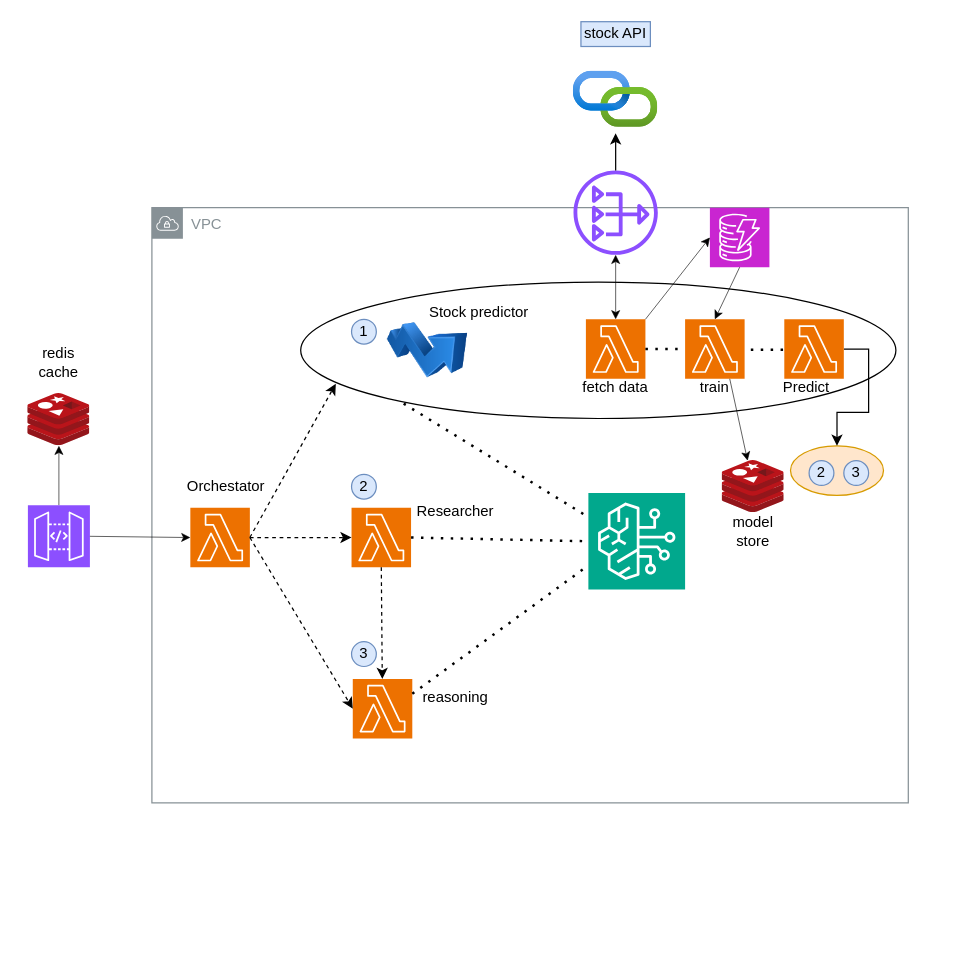
This is page "Page-2" (2 of 2) of Untitled Diagram.drawio from gaguadcode/stock_prediction, a draw.io file, before an edit. Source tidied: cells renumbered, new cells numbered last; positions are measured from the earlier drawing's top-left corner, leaving out a move shared by most shapes. Both pictures are drawn from the tidied source at 124%, with x=0, y=0 at pixel (21, 21).
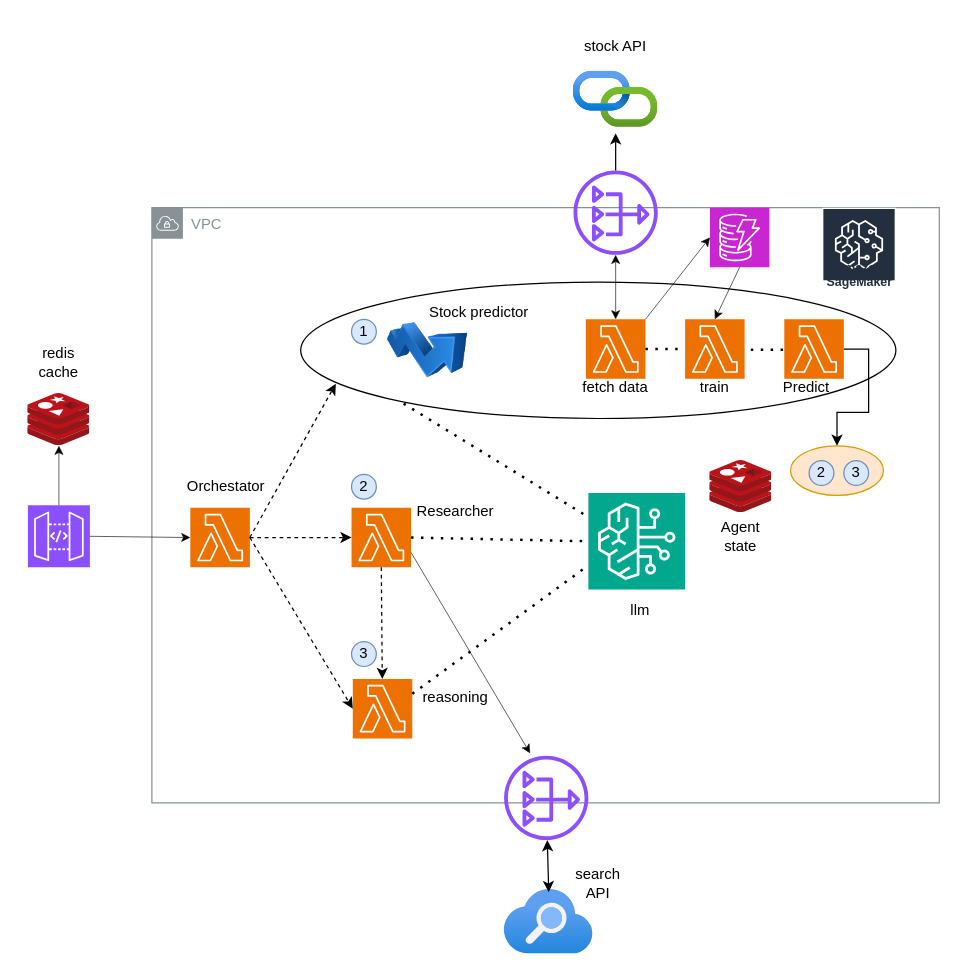
The same diagram, later.

Unchanged cells that the change refers to:
```xml
<mxCell id="11" style="sketch=0;points=[[0,0,0],[0.25,0,0],[0.5,0,0],[0.75,0,0],[1,0,0],[0,1,0],[0.25,1,0],[0.5,1,0],[0.75,1,0],[1,1,0],[0,0.25,0],[0,0.5,0],[0,0.75,0],[1,0.25,0],[1,0.5,0],[1,0.75,0]];outlineConnect=0;fontColor=#232F3E;fillColor=#ED7100;strokeColor=#ffffff;dashed=0;verticalLabelPosition=bottom;verticalAlign=top;align=center;html=1;fontSize=12;fontStyle=0;shape=mxgraph.aws4.resourceIcon;resIcon=mxgraph.aws4.lambda;" parent="1" vertex="1">
  <mxGeometry x="266" y="392" width="48" height="48" as="geometry" />
</mxCell>
<mxCell id="23" style="sketch=0;points=[[0,0,0],[0.25,0,0],[0.5,0,0],[0.75,0,0],[1,0,0],[0,1,0],[0.25,1,0],[0.5,1,0],[0.75,1,0],[1,1,0],[0,0.25,0],[0,0.5,0],[0,0.75,0],[1,0.25,0],[1,0.5,0],[1,0.75,0]];outlineConnect=0;fontColor=#232F3E;fillColor=#ED7100;strokeColor=#ffffff;dashed=0;verticalLabelPosition=bottom;verticalAlign=top;align=center;html=1;fontSize=12;fontStyle=0;shape=mxgraph.aws4.resourceIcon;resIcon=mxgraph.aws4.lambda;" parent="1" vertex="1">
  <mxGeometry x="535" y="240" width="48" height="48" as="geometry" />
</mxCell>
```

Diff of the diagram source:
```diff
@@
     <mxCell id="3" value="VPC" style="sketch=0;gradientColor=none;html=1;whiteSpace=wrap;fontSize=12;fontStyle=0;shape=mxgraph.aws4.group;grIcon=mxgraph.aws4.group_vpc;strokeColor=#879196;fillColor=none;verticalAlign=top;align=left;spacingLeft=30;fontColor=#879196;dashed=0;" parent="1" vertex="1">
-      <mxGeometry x="105" y="150" width="610" height="480" as="geometry" />
+      <mxGeometry x="105" y="150" width="635" height="480" as="geometry" />
     </mxCell>
@@
-    <mxCell id="28" value="stock API" style="text;html=1;align=center;verticalAlign=middle;whiteSpace=wrap;rounded=0;fillColor=#dae8fc;strokeColor=#6c8ebf;" parent="1" vertex="1">
-      <mxGeometry x="451" width="56" height="20" as="geometry" />
+    <mxCell id="28" value="stock API" style="text;html=1;align=center;verticalAlign=middle;whiteSpace=wrap;rounded=0;" parent="1" vertex="1">
+      <mxGeometry x="451" y="10" width="56" height="20" as="geometry" />
     </mxCell>
@@
     <mxCell id="33" style="image;sketch=0;html=1;points=[];align=center;fontSize=12;image=img/lib/mscae/Cache_Redis_Product.svg;" parent="1" vertex="1">
-      <mxGeometry x="565" y="354" width="50" height="42" as="geometry" />
+      <mxGeometry x="555" y="354" width="50" height="42" as="geometry" />
     </mxCell>
-    <mxCell id="34" value="model store" style="text;html=1;align=center;verticalAlign=middle;whiteSpace=wrap;rounded=0;" parent="1" vertex="1">
-      <mxGeometry x="560" y="396" width="60" height="30" as="geometry" />
+    <mxCell id="34" value="Agent state" style="text;html=1;align=center;verticalAlign=middle;whiteSpace=wrap;rounded=0;" parent="1" vertex="1">
+      <mxGeometry x="550" y="400" width="60" height="30" as="geometry" />
     </mxCell>
@@
-    <mxCell id="42" style="endArrow=classic;html=1;rounded=0;exitX=0.75;exitY=1;exitDx=0;exitDy=0;exitPerimeter=0;strokeWidth=0.5;" parent="1" edge="1" source="23" target="33">
-      <mxGeometry relative="1" as="geometry" />
-    </mxCell>
@@
+    <mxCell id="51" value="llm" style="text;html=1;align=center;verticalAlign=middle;whiteSpace=wrap;rounded=0;" parent="1" vertex="1">
+      <mxGeometry x="469" y="460" width="60" height="30" as="geometry" />
+    </mxCell>
+    <mxCell id="52" style="endArrow=classic;html=1;rounded=0;exitX=1;exitY=0.75;exitDx=0;exitDy=0;exitPerimeter=0;strokeWidth=0.5;" parent="1" edge="1" source="11">
+      <mxGeometry relative="1" as="geometry">
+        <mxPoint x="410" y="590" as="targetPoint" />
+      </mxGeometry>
+    </mxCell>
+    <mxCell id="53" style="image;html=1;points=[];align=center;fontSize=12;image=img/lib/azure2/app_services/Search_Services.svg;" parent="1" vertex="1">
+      <mxGeometry x="389" y="700" width="72" height="52" as="geometry" />
+    </mxCell>
+    <mxCell id="54" style="sketch=0;outlineConnect=0;fontColor=#232F3E;gradientColor=none;fillColor=#8C4FFF;strokeColor=none;dashed=0;verticalLabelPosition=bottom;verticalAlign=top;align=center;html=1;fontSize=12;fontStyle=0;shape=mxgraph.aws4.nat_gateway;" parent="1" vertex="1">
+      <mxGeometry x="389" y="592" width="68" height="68" as="geometry" />
+    </mxCell>
+    <mxCell id="55" value="search API" style="text;html=1;align=center;verticalAlign=middle;whiteSpace=wrap;rounded=0;" parent="1" vertex="1">
+      <mxGeometry x="435" y="680" width="60" height="30" as="geometry" />
+    </mxCell>
+    <mxCell id="56" style="endArrow=classic;startArrow=classic;html=1;rounded=0;exitX=0.5;exitY=0.038;exitDx=0;exitDy=0;exitPerimeter=0;" parent="1" edge="1" source="53" target="54">
+      <mxGeometry relative="1" as="geometry" />
+    </mxCell>
+    <mxCell id="57" value="Amazon SageMaker" style="sketch=0;fontColor=#232F3E;gradientColor=none;strokeColor=#ffffff;fillColor=#232F3E;dashed=0;verticalLabelPosition=middle;verticalAlign=bottom;align=center;html=1;whiteSpace=wrap;fontSize=10;fontStyle=1;spacing=3;shape=mxgraph.aws4.productIcon;prIcon=mxgraph.aws4.sagemaker;" parent="1" vertex="1">
+      <mxGeometry x="645.5" y="150" width="59.5" height="70" as="geometry" />
+    </mxCell>
```
